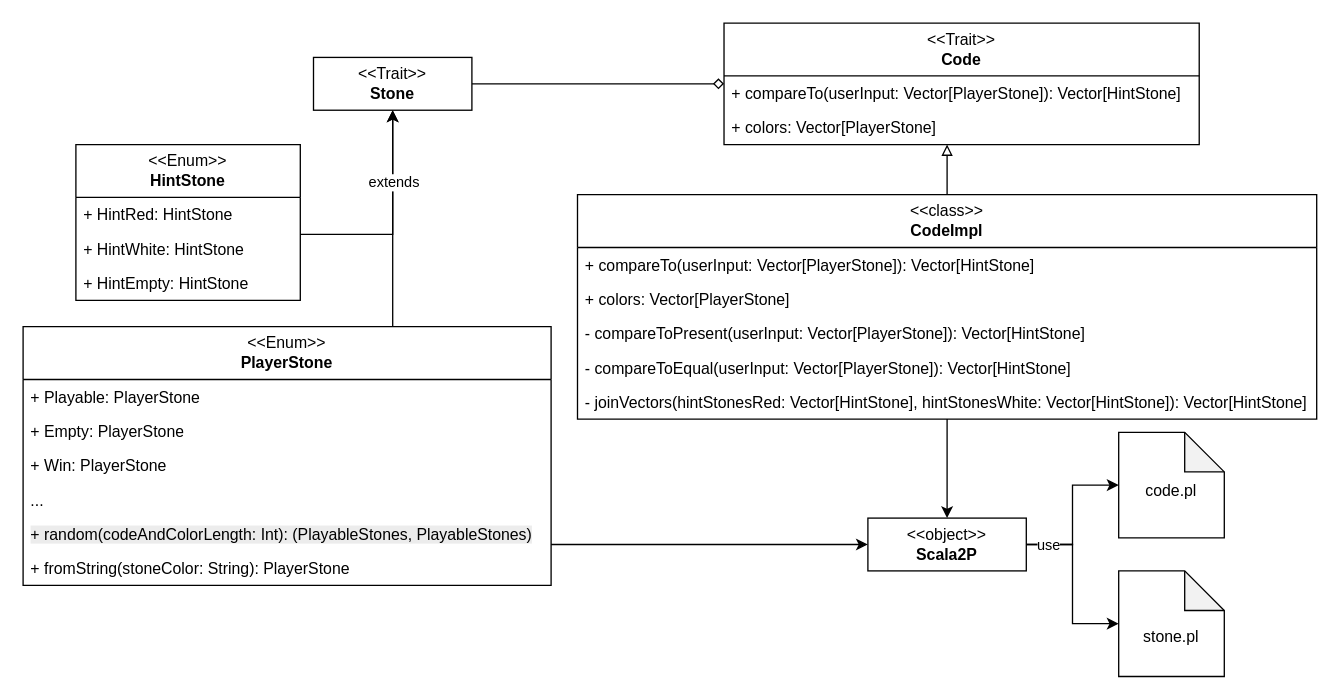
Totti00/PPS-22-mastermind keeps this draw.io diagram as page "Pagina-11" (11 of 15) of mastermind.drawio. Above is the earlier version. Source tidied: cells renumbered, new cells numbered last; positions are measured from the earlier drawing's top-left corner, leaving out a move shared by most shapes. Both pictures are drawn from the tidied source at 132%, with x=0, y=0 at pixel (22, 22).
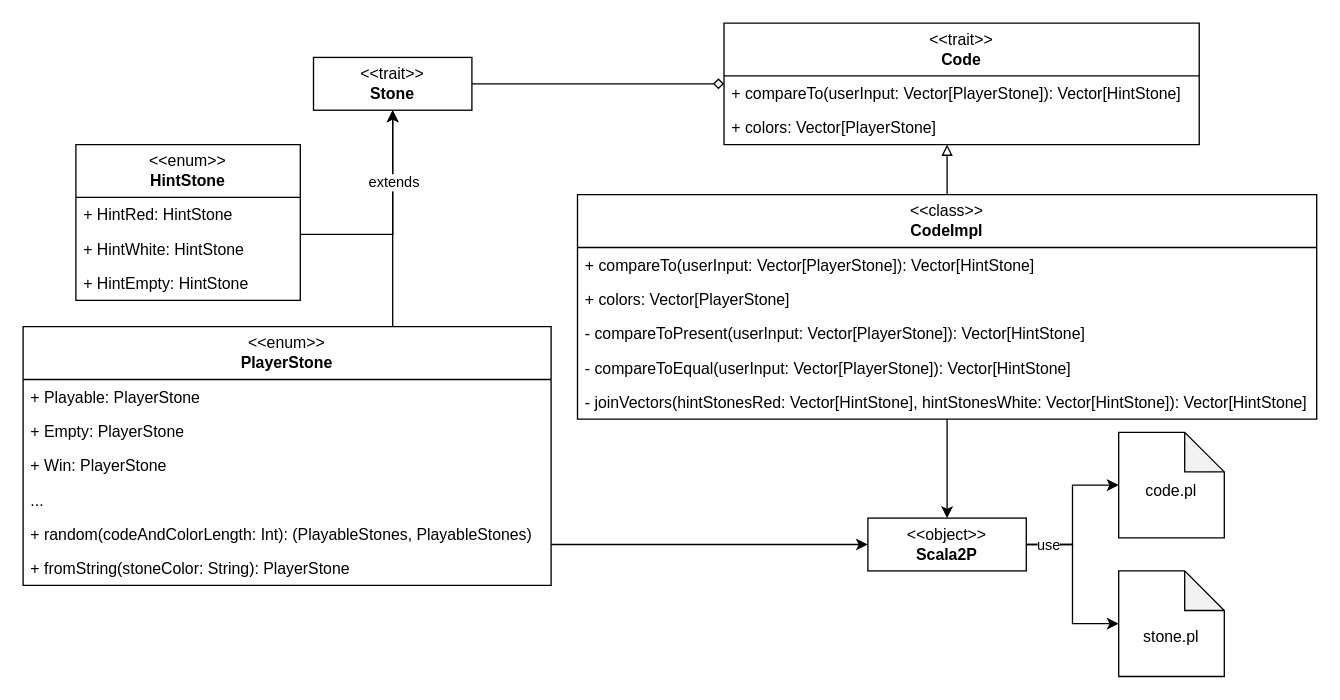
The same diagram, later.

Diff of the diagram source:
```diff
@@
-    <mxCell id="2" value="&amp;lt;&amp;lt;Trait&amp;gt;&amp;gt;&lt;div&gt;&lt;b&gt;Code&lt;/b&gt;&lt;/div&gt;" style="swimlane;fontStyle=0;horizontal=1;startSize=40;fillColor=none;whiteSpace=wrap;html=1;" parent="1" vertex="1">
+    <mxCell id="2" value="&amp;lt;&amp;lt;trait&amp;gt;&amp;gt;&lt;div&gt;&lt;b&gt;Code&lt;/b&gt;&lt;/div&gt;" style="swimlane;fontStyle=0;horizontal=1;startSize=40;fillColor=none;whiteSpace=wrap;html=1;" parent="1" vertex="1">
       <mxGeometry x="531" width="360" height="92" as="geometry" />
     </mxCell>
@@
-    <mxCell id="6" value="&amp;lt;&amp;lt;Trait&amp;gt;&amp;gt;&lt;div&gt;&lt;b&gt;Stone&lt;/b&gt;&lt;/div&gt;" style="rounded=0;whiteSpace=wrap;html=1;" parent="1" vertex="1">
+    <mxCell id="6" value="&amp;lt;&amp;lt;trait&amp;gt;&amp;gt;&lt;div&gt;&lt;b&gt;Stone&lt;/b&gt;&lt;/div&gt;" style="rounded=0;whiteSpace=wrap;html=1;" parent="1" vertex="1">
       <mxGeometry x="220" y="26" width="120" height="40" as="geometry" />
     </mxCell>
@@
-    <mxCell id="9" value="&amp;lt;&amp;lt;Enum&amp;gt;&amp;gt;&lt;div&gt;&lt;b&gt;PlayerStone&lt;/b&gt;&lt;/div&gt;" style="swimlane;fontStyle=0;horizontal=1;startSize=40;fillColor=none;whiteSpace=wrap;html=1;" parent="1" vertex="1">
+    <mxCell id="9" value="&amp;lt;&amp;lt;enum&amp;gt;&amp;gt;&lt;div&gt;&lt;b&gt;PlayerStone&lt;/b&gt;&lt;/div&gt;" style="swimlane;fontStyle=0;horizontal=1;startSize=40;fillColor=none;whiteSpace=wrap;html=1;" parent="1" vertex="1">
       <mxGeometry y="230" width="400" height="196" as="geometry" />
     </mxCell>
@@
-    <mxCell id="14" value="&lt;span style=&quot;color: rgb(0, 0, 0); font-family: Helvetica; font-size: 12px; font-style: normal; font-variant-ligatures: normal; font-variant-caps: normal; font-weight: 400; letter-spacing: normal; orphans: 2; text-align: left; text-indent: 0px; text-transform: none; widows: 2; word-spacing: 0px; -webkit-text-stroke-width: 0px; white-space: normal; background-color: rgb(236, 236, 236); text-decoration-thickness: initial; text-decoration-style: initial; text-decoration-color: initial; float: none; display: inline !important;&quot;&gt;+ random(codeAndColorLength: Int): (PlayableStones, PlayableStones)&lt;/span&gt;" style="text;strokeColor=none;fillColor=none;align=left;verticalAlign=top;spacingLeft=4;spacingRight=4;overflow=hidden;whiteSpace=wrap;html=1;" parent="9" vertex="1">
+    <mxCell id="14" value="&lt;span style=&quot;color: rgb(0, 0, 0); font-family: Helvetica; font-size: 12px; font-style: normal; font-variant-ligatures: normal; font-variant-caps: normal; font-weight: 400; letter-spacing: normal; orphans: 2; text-align: left; text-indent: 0px; text-transform: none; widows: 2; word-spacing: 0px; -webkit-text-stroke-width: 0px; white-space: normal; text-decoration-thickness: initial; text-decoration-style: initial; text-decoration-color: initial; float: none; display: inline !important;&quot;&gt;+ random(codeAndColorLength: Int): (PlayableStones, PlayableStones)&lt;/span&gt;" style="text;align=left;verticalAlign=top;spacingLeft=4;spacingRight=4;overflow=hidden;whiteSpace=wrap;html=1;" parent="9" vertex="1">
       <mxGeometry y="144" width="400" height="26" as="geometry" />
     </mxCell>
@@
-    <mxCell id="18" value="&amp;lt;&amp;lt;Enum&amp;gt;&amp;gt;&lt;div&gt;&lt;b&gt;HintStone&lt;/b&gt;&lt;/div&gt;" style="swimlane;fontStyle=0;horizontal=1;startSize=40;fillColor=none;whiteSpace=wrap;html=1;" parent="1" vertex="1">
+    <mxCell id="18" value="&amp;lt;&amp;lt;enum&amp;gt;&amp;gt;&lt;div&gt;&lt;b&gt;HintStone&lt;/b&gt;&lt;/div&gt;" style="swimlane;fontStyle=0;horizontal=1;startSize=40;fillColor=none;whiteSpace=wrap;html=1;" parent="1" vertex="1">
       <mxGeometry x="40" y="92" width="170" height="118" as="geometry" />
     </mxCell>
```
